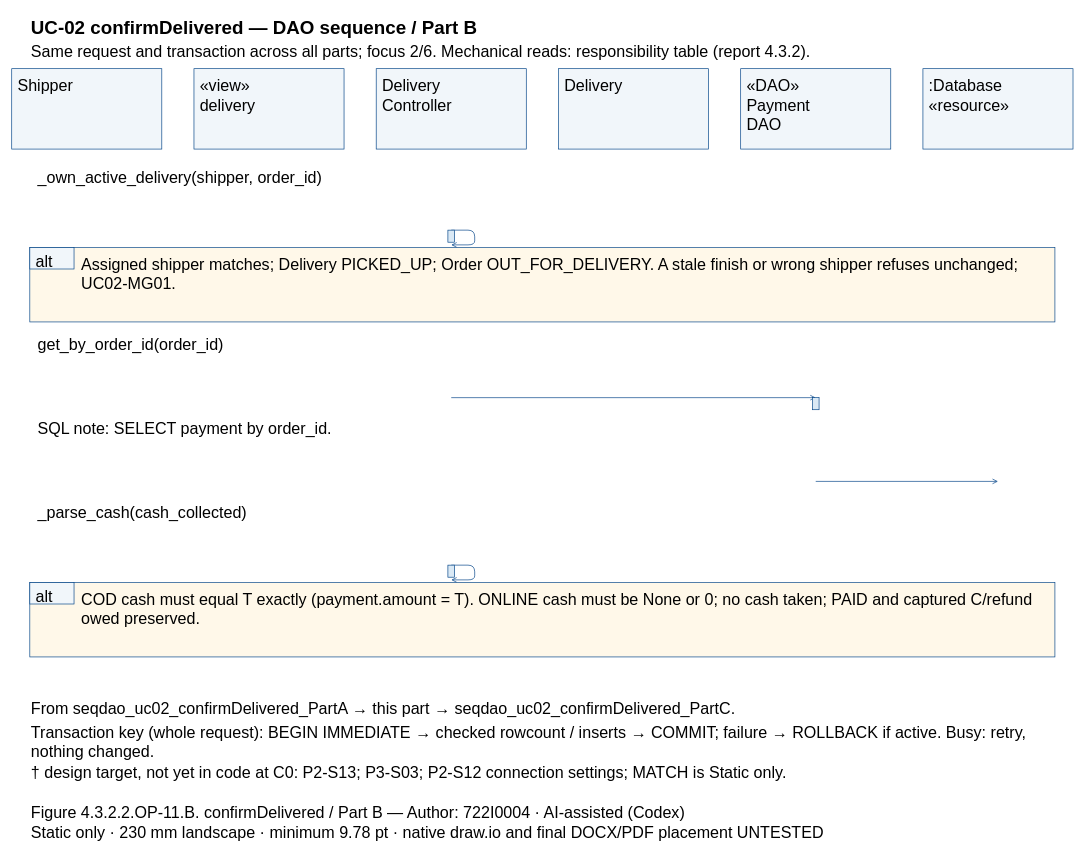
This is models/UC-02/seqdao_uc02_confirmDelivered_PartB.drawio from Dat071104/SaigonBite, a draw.io file, before an edit. Source tidied: cells renumbered, new cells numbered last; positions are measured from the earlier drawing's top-left corner, leaving out a move shared by most shapes. Both pictures are drawn from the tidied source at 67%, with x=0, y=0 at pixel (11, 11).
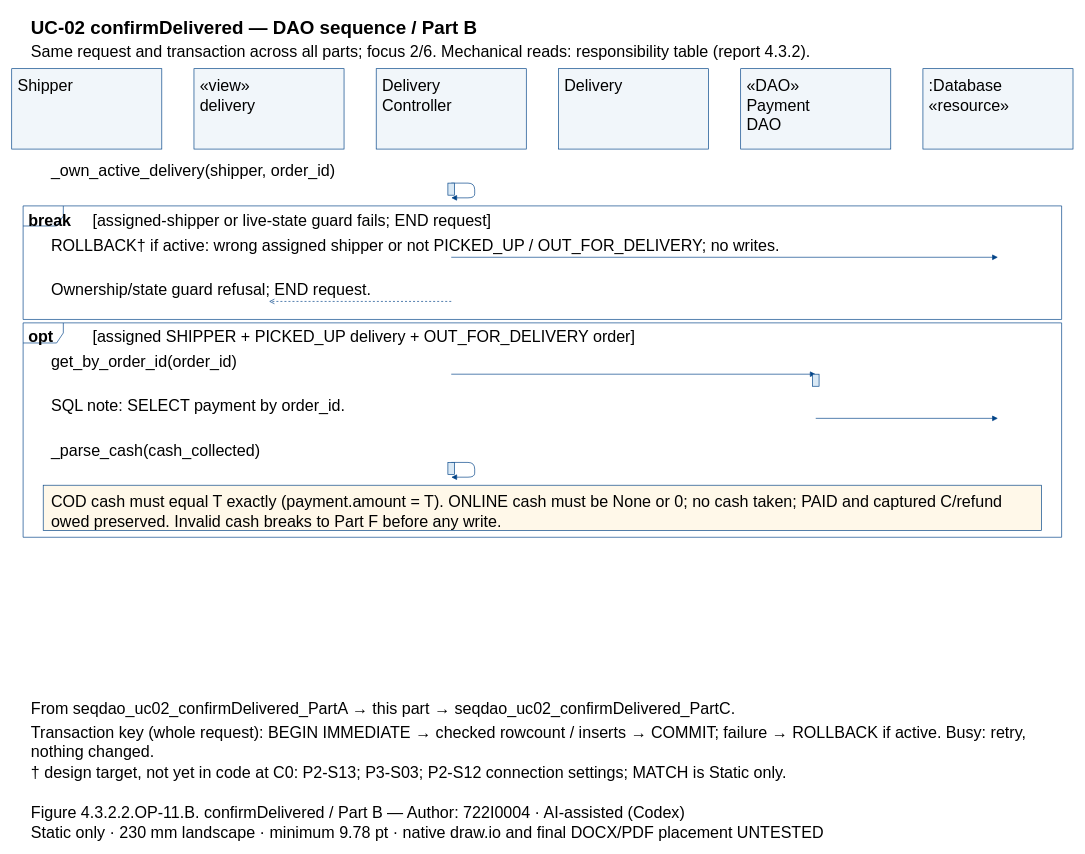
The same page after the edit.

Change to the diagram source:
```diff
@@
+    <mxCell id="48" style="shape=umlFrame;fillColor=none;strokeColor=#004387;" parent="1" vertex="1">
+      <mxGeometry x="17" y="289.8" width="1550" height="169.5" as="geometry" />
+    </mxCell>
+    <mxCell id="49" style="shape=umlFrame;fillColor=none;strokeColor=#004387;" parent="1" vertex="1">
+      <mxGeometry x="17" y="464.4" width="1550" height="320" as="geometry" />
+    </mxCell>
@@
-    <mxCell id="5" value="Shipper" style="text;html=0;whiteSpace=wrap;align=left;verticalAlign=top;strokeColor=none;fillColor=none;fontFamily=Arial;fontSize=24;fontStyle=0;" parent="1" vertex="1">
-      <mxGeometry x="7" y="90" width="210" height="27.8" as="geometry" />
-    </mxCell>
+    <mxCell id="7" value="Shipper" style="text;html=0;whiteSpace=wrap;align=left;verticalAlign=top;strokeColor=none;fillColor=none;fontFamily=Arial;fontSize=24;fontStyle=0;" parent="1" vertex="1">
+      <mxGeometry x="7" y="90" width="210" height="27.8" as="geometry" />
+    </mxCell>
@@
-    <mxCell id="7" value="«view»&#10;delivery" style="text;html=0;whiteSpace=wrap;align=left;verticalAlign=top;strokeColor=none;fillColor=none;fontFamily=Arial;fontSize=24;fontStyle=0;" parent="1" vertex="1">
-      <mxGeometry x="279" y="90" width="210" height="55.7" as="geometry" />
-    </mxCell>
+    <mxCell id="9" value="«view»&#10;delivery" style="text;html=0;whiteSpace=wrap;align=left;verticalAlign=top;strokeColor=none;fillColor=none;fontFamily=Arial;fontSize=24;fontStyle=0;" parent="1" vertex="1">
+      <mxGeometry x="279" y="90" width="210" height="55.7" as="geometry" />
+    </mxCell>
@@
-    <mxCell id="9" value="Delivery&#10;Controller" style="text;html=0;whiteSpace=wrap;align=left;verticalAlign=top;strokeColor=none;fillColor=none;fontFamily=Arial;fontSize=24;fontStyle=0;" parent="1" vertex="1">
-      <mxGeometry x="551" y="90" width="210" height="55.7" as="geometry" />
-    </mxCell>
+    <mxCell id="11" value="Delivery&#10;Controller" style="text;html=0;whiteSpace=wrap;align=left;verticalAlign=top;strokeColor=none;fillColor=none;fontFamily=Arial;fontSize=24;fontStyle=0;" parent="1" vertex="1">
+      <mxGeometry x="551" y="90" width="210" height="55.7" as="geometry" />
+    </mxCell>
@@
-    <mxCell id="11" value="Delivery" style="text;html=0;whiteSpace=wrap;align=left;verticalAlign=top;strokeColor=none;fillColor=none;fontFamily=Arial;fontSize=24;fontStyle=0;" parent="1" vertex="1">
-      <mxGeometry x="823" y="90" width="210" height="27.8" as="geometry" />
-    </mxCell>
+    <mxCell id="13" value="Delivery" style="text;html=0;whiteSpace=wrap;align=left;verticalAlign=top;strokeColor=none;fillColor=none;fontFamily=Arial;fontSize=24;fontStyle=0;" parent="1" vertex="1">
+      <mxGeometry x="823" y="90" width="210" height="27.8" as="geometry" />
+    </mxCell>
@@
-    <mxCell id="13" value="«DAO»&#10;Payment&#10;DAO" style="text;html=0;whiteSpace=wrap;align=left;verticalAlign=top;strokeColor=none;fillColor=none;fontFamily=Arial;fontSize=24;fontStyle=0;" parent="1" vertex="1">
-      <mxGeometry x="1095" y="90" width="210" height="83.5" as="geometry" />
-    </mxCell>
+    <mxCell id="15" value="«DAO»&#10;Payment&#10;DAO" style="text;html=0;whiteSpace=wrap;align=left;verticalAlign=top;strokeColor=none;fillColor=none;fontFamily=Arial;fontSize=24;fontStyle=0;" parent="1" vertex="1">
+      <mxGeometry x="1095" y="90" width="210" height="83.5" as="geometry" />
+    </mxCell>
@@
-    <mxCell id="15" value=":Database&#10;«resource»" style="text;html=0;whiteSpace=wrap;align=left;verticalAlign=top;strokeColor=none;fillColor=none;fontFamily=Arial;fontSize=24;fontStyle=0;" parent="1" vertex="1">
-      <mxGeometry x="1367" y="90" width="210" height="55.7" as="geometry" />
-    </mxCell>
-    <mxCell id="16" value="_own_active_delivery(shipper, order_id)" style="text;html=0;whiteSpace=wrap;align=left;verticalAlign=top;strokeColor=none;fillColor=none;fontFamily=Arial;fontSize=24;fontStyle=0;" parent="1" vertex="1">
-      <mxGeometry x="37" y="227" width="1510" height="27.8" as="geometry" />
-    </mxCell>
+    <mxCell id="50" value=":Database&#10;«resource»" style="text;html=0;whiteSpace=wrap;align=left;verticalAlign=top;strokeColor=none;fillColor=none;fontFamily=Arial;fontSize=24;fontStyle=0;" parent="1" vertex="1">
+      <mxGeometry x="1367" y="90" width="210" height="55.7" as="geometry" />
+    </mxCell>
+    <mxCell id="51" value="break" style="text;html=0;whiteSpace=wrap;align=left;verticalAlign=top;strokeColor=none;fillColor=none;fontFamily=Arial;fontSize=24;fontStyle=1;" parent="1" vertex="1">
+      <mxGeometry x="23" y="290.8" width="84" height="27.8" as="geometry" />
+    </mxCell>
+    <mxCell id="52" value="[assigned-shipper or live-state guard fails; END request]" style="text;html=0;whiteSpace=wrap;align=left;verticalAlign=top;strokeColor=none;fillColor=none;fontFamily=Arial;fontSize=24;fontStyle=0;" parent="1" vertex="1">
+      <mxGeometry x="119" y="290.8" width="1438" height="27.8" as="geometry" />
+    </mxCell>
+    <mxCell id="53" value="opt" style="text;html=0;whiteSpace=wrap;align=left;verticalAlign=top;strokeColor=none;fillColor=none;fontFamily=Arial;fontSize=24;fontStyle=1;" parent="1" vertex="1">
+      <mxGeometry x="23" y="465.4" width="84" height="27.8" as="geometry" />
+    </mxCell>
+    <mxCell id="54" value="[assigned SHIPPER + PICKED_UP delivery + OUT_FOR_DELIVERY order]" style="text;html=0;whiteSpace=wrap;align=left;verticalAlign=top;strokeColor=none;fillColor=none;fontFamily=Arial;fontSize=24;fontStyle=0;" parent="1" vertex="1">
+      <mxGeometry x="119" y="465.4" width="1438" height="27.8" as="geometry" />
+    </mxCell>
+    <mxCell id="24" value="_own_active_delivery(shipper, order_id)" style="text;html=0;whiteSpace=wrap;align=left;verticalAlign=top;strokeColor=none;fillColor=none;fontFamily=Arial;fontSize=24;fontStyle=0;" parent="1" vertex="1">
+      <mxGeometry x="57" y="217" width="1470" height="27.8" as="geometry" />
+    </mxCell>
     <mxCell id="17" style="opacity=0;" parent="1" vertex="1">
-      <mxGeometry x="656" y="326" as="geometry" />
+      <mxGeometry x="656" y="255.8" as="geometry" />
     </mxCell>
     <mxCell id="18" style="opacity=0;" parent="1" vertex="1">
-      <mxGeometry x="656" y="348" as="geometry" />
+      <mxGeometry x="656" y="277.8" as="geometry" />
     </mxCell>
-    <mxCell id="19" style="edgeStyle=none;endArrow=open;strokeColor=#004387;exitX=0.5;entryX=0.5;exitPerimeter=0;entryPerimeter=0;" parent="1" edge="1" source="17" target="18">
+    <mxCell id="19" style="edgeStyle=none;endArrow=block;endFill=1;strokeColor=#004387;exitX=0.5;entryX=0.5;exitPerimeter=0;entryPerimeter=0;" parent="1" edge="1" source="17" target="18">
       <mxGeometry relative="1" as="geometry">
         <Array as="points">
-          <mxPoint x="691" y="326" />
-          <mxPoint x="691" y="348" />
+          <mxPoint x="691" y="255.8" />
+          <mxPoint x="691" y="277.8" />
         </Array>
       </mxGeometry>
     </mxCell>
-    <mxCell id="20" style="fillColor=#DAE9F5;strokeColor=#004387;" parent="1" vertex="1">
-      <mxGeometry x="651" y="326" width="10" height="18" as="geometry" />
-    </mxCell>
-    <mxCell id="21" style="fillColor=#FFF8E9;strokeColor=#004387;" parent="1" vertex="1">
-      <mxGeometry x="27" y="352" width="1530" height="111" as="geometry" />
-    </mxCell>
-    <mxCell id="22" style="fillColor=#F1F6FA;strokeColor=#004387;" parent="1" vertex="1">
-      <mxGeometry x="27" y="352" width="66" height="32" as="geometry" />
-    </mxCell>
-    <mxCell id="23" value="alt" style="text;html=0;whiteSpace=wrap;align=left;verticalAlign=top;strokeColor=none;fillColor=none;fontFamily=Arial;fontSize=24;fontStyle=0;" parent="1" vertex="1">
-      <mxGeometry x="34" y="352" width="56" height="27.8" as="geometry" />
-    </mxCell>
-    <mxCell id="24" value="Assigned shipper matches; Delivery PICKED_UP; Order OUT_FOR_DELIVERY. A stale finish or wrong shipper refuses unchanged;&#10;UC02-MG01." style="text;html=0;whiteSpace=wrap;align=left;verticalAlign=top;strokeColor=none;fillColor=none;fontFamily=Arial;fontSize=24;fontStyle=0;" parent="1" vertex="1">
-      <mxGeometry x="102" y="357" width="1440" height="55.7" as="geometry" />
-    </mxCell>
-    <mxCell id="25" value="get_by_order_id(order_id)" style="text;html=0;whiteSpace=wrap;align=left;verticalAlign=top;strokeColor=none;fillColor=none;fontFamily=Arial;fontSize=24;fontStyle=0;" parent="1" vertex="1">
-      <mxGeometry x="37" y="477" width="1510" height="27.8" as="geometry" />
-    </mxCell>
+    <mxCell id="55" style="fillColor=#DAE9F5;strokeColor=#004387;" parent="1" vertex="1">
+      <mxGeometry x="651" y="255.8" width="10" height="18" as="geometry" />
+    </mxCell>
+    <mxCell id="56" value="ROLLBACK† if active: wrong assigned shipper or not PICKED_UP / OUT_FOR_DELIVERY; no writes." style="text;html=0;whiteSpace=wrap;align=left;verticalAlign=top;strokeColor=none;fillColor=none;fontFamily=Arial;fontSize=24;fontStyle=0;" parent="1" vertex="1">
+      <mxGeometry x="57" y="327.7" width="1470" height="27.8" as="geometry" />
+    </mxCell>
+    <mxCell id="57" style="opacity=0;" parent="1" vertex="1">
+      <mxGeometry x="656" y="366.5" as="geometry" />
+    </mxCell>
+    <mxCell id="58" style="opacity=0;" parent="1" vertex="1">
+      <mxGeometry x="1472" y="366.5" as="geometry" />
+    </mxCell>
+    <mxCell id="59" style="edgeStyle=none;endArrow=block;endFill=1;strokeColor=#004387;exitX=0.5;entryX=0.5;exitPerimeter=0;entryPerimeter=0;" parent="1" edge="1" source="57" target="58">
+      <mxGeometry relative="1" as="geometry" />
+    </mxCell>
+    <mxCell id="60" value="Ownership/state guard refusal; END request." style="text;html=0;whiteSpace=wrap;align=left;verticalAlign=top;strokeColor=none;fillColor=none;fontFamily=Arial;fontSize=24;fontStyle=0;" parent="1" vertex="1">
+      <mxGeometry x="57" y="393.5" width="1470" height="27.8" as="geometry" />
+    </mxCell>
     <mxCell id="26" style="opacity=0;" parent="1" vertex="1">
-      <mxGeometry x="656" y="576" as="geometry" />
+      <mxGeometry x="656" y="432.4" as="geometry" />
     </mxCell>
     <mxCell id="27" style="opacity=0;" parent="1" vertex="1">
-      <mxGeometry x="1200" y="576" as="geometry" />
+      <mxGeometry x="384" y="432.4" as="geometry" />
     </mxCell>
-    <mxCell id="28" style="edgeStyle=none;endArrow=open;strokeColor=#004387;exitX=0.5;entryX=0.5;exitPerimeter=0;entryPerimeter=0;" parent="1" edge="1" source="26" target="27">
+    <mxCell id="28" style="edgeStyle=none;endArrow=open;endFill=0;strokeColor=#004387;dashed=1;exitX=0.5;entryX=0.5;exitPerimeter=0;entryPerimeter=0;" parent="1" edge="1" source="26" target="27">
       <mxGeometry relative="1" as="geometry" />
     </mxCell>
-    <mxCell id="29" style="fillColor=#DAE9F5;strokeColor=#004387;" parent="1" vertex="1">
-      <mxGeometry x="1195" y="576" width="10" height="18" as="geometry" />
-    </mxCell>
-    <mxCell id="30" value="SQL note: SELECT payment by order_id." style="text;html=0;whiteSpace=wrap;align=left;verticalAlign=top;strokeColor=none;fillColor=none;fontFamily=Arial;fontSize=24;fontStyle=0;" parent="1" vertex="1">
-      <mxGeometry x="37" y="602" width="1510" height="27.8" as="geometry" />
-    </mxCell>
+    <mxCell id="25" value="get_by_order_id(order_id)" style="text;html=0;whiteSpace=wrap;align=left;verticalAlign=top;strokeColor=none;fillColor=none;fontFamily=Arial;fontSize=24;fontStyle=0;" parent="1" vertex="1">
+      <mxGeometry x="57" y="502.2" width="1470" height="27.8" as="geometry" />
+    </mxCell>
     <mxCell id="31" style="opacity=0;" parent="1" vertex="1">
-      <mxGeometry x="1200" y="701" as="geometry" />
+      <mxGeometry x="656" y="541" as="geometry" />
     </mxCell>
     <mxCell id="32" style="opacity=0;" parent="1" vertex="1">
-      <mxGeometry x="1472" y="701" as="geometry" />
+      <mxGeometry x="1200" y="541" as="geometry" />
     </mxCell>
-    <mxCell id="33" style="edgeStyle=none;endArrow=open;strokeColor=#004387;exitX=0.5;entryX=0.5;exitPerimeter=0;entryPerimeter=0;" parent="1" edge="1" source="31" target="32">
+    <mxCell id="33" style="edgeStyle=none;endArrow=block;endFill=1;strokeColor=#004387;exitX=0.5;entryX=0.5;exitPerimeter=0;entryPerimeter=0;" parent="1" edge="1" source="31" target="32">
       <mxGeometry relative="1" as="geometry" />
     </mxCell>
-    <mxCell id="34" value="_parse_cash(cash_collected)" style="text;html=0;whiteSpace=wrap;align=left;verticalAlign=top;strokeColor=none;fillColor=none;fontFamily=Arial;fontSize=24;fontStyle=0;" parent="1" vertex="1">
-      <mxGeometry x="37" y="727" width="1510" height="27.8" as="geometry" />
-    </mxCell>
+    <mxCell id="39" style="fillColor=#DAE9F5;strokeColor=#004387;" parent="1" vertex="1">
+      <mxGeometry x="1195" y="541" width="10" height="18" as="geometry" />
+    </mxCell>
+    <mxCell id="30" value="SQL note: SELECT payment by order_id." style="text;html=0;whiteSpace=wrap;align=left;verticalAlign=top;strokeColor=none;fillColor=none;fontFamily=Arial;fontSize=24;fontStyle=0;" parent="1" vertex="1">
+      <mxGeometry x="57" y="568" width="1470" height="27.8" as="geometry" />
+    </mxCell>
     <mxCell id="35" style="opacity=0;" parent="1" vertex="1">
-      <mxGeometry x="656" y="826" as="geometry" />
+      <mxGeometry x="1200" y="606.9" as="geometry" />
     </mxCell>
     <mxCell id="36" style="opacity=0;" parent="1" vertex="1">
-      <mxGeometry x="656" y="848" as="geometry" />
+      <mxGeometry x="1472" y="606.9" as="geometry" />
     </mxCell>
-    <mxCell id="37" style="edgeStyle=none;endArrow=open;strokeColor=#004387;exitX=0.5;entryX=0.5;exitPerimeter=0;entryPerimeter=0;" parent="1" edge="1" source="35" target="36">
-      <mxGeometry relative="1" as="geometry">
-        <Array as="points">
-          <mxPoint x="691" y="826" />
-          <mxPoint x="691" y="848" />
-        </Array>
-      </mxGeometry>
+    <mxCell id="37" style="edgeStyle=none;endArrow=block;endFill=1;strokeColor=#004387;exitX=0.5;entryX=0.5;exitPerimeter=0;entryPerimeter=0;" parent="1" edge="1" source="35" target="36">
+      <mxGeometry relative="1" as="geometry" />
     </mxCell>
-    <mxCell id="38" style="fillColor=#DAE9F5;strokeColor=#004387;" parent="1" vertex="1">
-      <mxGeometry x="651" y="826" width="10" height="18" as="geometry" />
-    </mxCell>
-    <mxCell id="39" style="fillColor=#FFF8E9;strokeColor=#004387;" parent="1" vertex="1">
-      <mxGeometry x="27" y="852" width="1530" height="111" as="geometry" />
-    </mxCell>
-    <mxCell id="40" style="fillColor=#F1F6FA;strokeColor=#004387;" parent="1" vertex="1">
-      <mxGeometry x="27" y="852" width="66" height="32" as="geometry" />
-    </mxCell>
-    <mxCell id="41" value="alt" style="text;html=0;whiteSpace=wrap;align=left;verticalAlign=top;strokeColor=none;fillColor=none;fontFamily=Arial;fontSize=24;fontStyle=0;" parent="1" vertex="1">
-      <mxGeometry x="34" y="852" width="56" height="27.8" as="geometry" />
-    </mxCell>
-    <mxCell id="42" value="COD cash must equal T exactly (payment.amount = T). ONLINE cash must be None or 0; no cash taken; PAID and captured C/refund&#10;owed preserved." style="text;html=0;whiteSpace=wrap;align=left;verticalAlign=top;strokeColor=none;fillColor=none;fontFamily=Arial;fontSize=24;fontStyle=0;" parent="1" vertex="1">
-      <mxGeometry x="102" y="857" width="1440" height="55.7" as="geometry" />
+    <mxCell id="42" value="_parse_cash(cash_collected)" style="text;html=0;whiteSpace=wrap;align=left;verticalAlign=top;strokeColor=none;fillColor=none;fontFamily=Arial;fontSize=24;fontStyle=0;" parent="1" vertex="1">
+      <mxGeometry x="57" y="633.9" width="1470" height="27.8" as="geometry" />
     </mxCell>
-    <mxCell id="43" value="From seqdao_uc02_confirmDelivered_PartA → this part → seqdao_uc02_confirmDelivered_PartC." style="text;html=0;whiteSpace=wrap;align=left;verticalAlign=top;strokeColor=none;fillColor=none;fontFamily=Arial;fontSize=24;fontStyle=0;" parent="1" vertex="1">
-      <mxGeometry x="27" y="1020" width="1530" height="27.8" as="geometry" />
-    </mxCell>
+    <mxCell id="61" style="opacity=0;" parent="1" vertex="1">
+      <mxGeometry x="656" y="672.7" as="geometry" />
+    </mxCell>
+    <mxCell id="62" style="opacity=0;" parent="1" vertex="1">
+      <mxGeometry x="656" y="694.7" as="geometry" />
+    </mxCell>
+    <mxCell id="63" style="edgeStyle=none;endArrow=block;endFill=1;strokeColor=#004387;exitX=0.5;entryX=0.5;exitPerimeter=0;entryPerimeter=0;" parent="1" edge="1" source="61" target="62">
+      <mxGeometry relative="1" as="geometry">
+        <Array as="points">
+          <mxPoint x="691" y="672.7" />
+          <mxPoint x="691" y="694.7" />
+        </Array>
+      </mxGeometry>
+    </mxCell>
+    <mxCell id="64" style="fillColor=#DAE9F5;strokeColor=#004387;" parent="1" vertex="1">
+      <mxGeometry x="651" y="672.7" width="10" height="18" as="geometry" />
+    </mxCell>
+    <mxCell id="65" style="fillColor=#FFF8E9;strokeColor=#004387;" parent="1" vertex="1">
+      <mxGeometry x="47" y="706.7" width="1490" height="67.7" as="geometry" />
+    </mxCell>
+    <mxCell id="46" value="COD cash must equal T exactly (payment.amount = T). ONLINE cash must be None or 0; no cash taken; PAID and captured C/refund&#10;owed preserved. Invalid cash breaks to Part F before any write." style="text;html=0;whiteSpace=wrap;align=left;verticalAlign=top;strokeColor=none;fillColor=none;fontFamily=Arial;fontSize=24;fontStyle=0;" parent="1" vertex="1">
+      <mxGeometry x="57" y="710.7" width="1470" height="55.7" as="geometry" />
+    </mxCell>
+    <mxCell id="47" value="From seqdao_uc02_confirmDelivered_PartA → this part → seqdao_uc02_confirmDelivered_PartC." style="text;html=0;whiteSpace=wrap;align=left;verticalAlign=top;strokeColor=none;fillColor=none;fontFamily=Arial;fontSize=24;fontStyle=0;" parent="1" vertex="1">
+      <mxGeometry x="27" y="1020" width="1530" height="27.8" as="geometry" />
+    </mxCell>
@@
-    <mxCell id="46" value="Figure 4.3.2.2.OP-11.B. confirmDelivered / Part B — Author: 722I0004 · AI-assisted (Codex)" style="text;html=0;whiteSpace=wrap;align=left;verticalAlign=top;strokeColor=none;fillColor=none;fontFamily=Arial;fontSize=24;fontStyle=0;" parent="1" vertex="1">
-      <mxGeometry x="27" y="1175" width="1530" height="27.8" as="geometry" />
-    </mxCell>
-    <mxCell id="47" value="Static only · 230 mm landscape · minimum 9.78 pt · native draw.io and final DOCX/PDF placement UNTESTED" style="text;html=0;whiteSpace=wrap;align=left;verticalAlign=top;strokeColor=none;fillColor=none;fontFamily=Arial;fontSize=24;fontStyle=0;" parent="1" vertex="1">
-      <mxGeometry x="27" y="1205" width="1530" height="27.8" as="geometry" />
-    </mxCell>
+    <mxCell id="66" value="Figure 4.3.2.2.OP-11.B. confirmDelivered / Part B — Author: 722I0004 · AI-assisted (Codex)" style="text;html=0;whiteSpace=wrap;align=left;verticalAlign=top;strokeColor=none;fillColor=none;fontFamily=Arial;fontSize=24;fontStyle=0;" parent="1" vertex="1">
+      <mxGeometry x="27" y="1175" width="1530" height="27.8" as="geometry" />
+    </mxCell>
+    <mxCell id="67" value="Static only · 230 mm landscape · minimum 9.78 pt · native draw.io and final DOCX/PDF placement UNTESTED" style="text;html=0;whiteSpace=wrap;align=left;verticalAlign=top;strokeColor=none;fillColor=none;fontFamily=Arial;fontSize=24;fontStyle=0;" parent="1" vertex="1">
+      <mxGeometry x="27" y="1205" width="1530" height="27.8" as="geometry" />
+    </mxCell>
```
